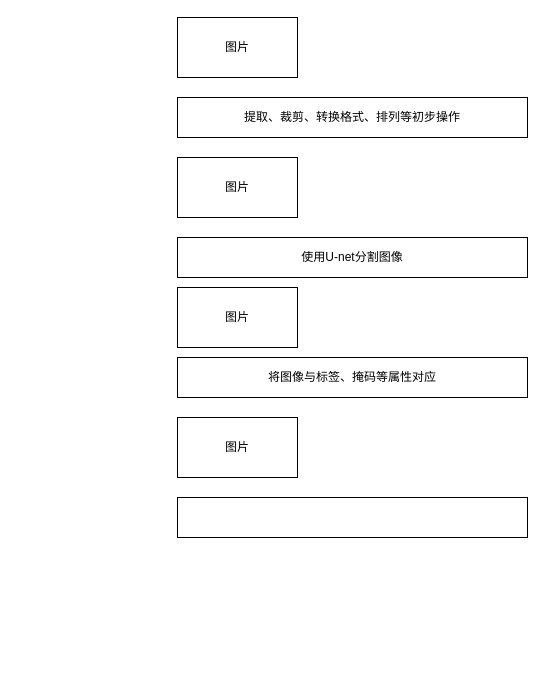
This is bishe-jiagou.drawio from CaptainCCCP/Draw-io-cloud, a draw.io file, before an edit. Source tidied: cells renumbered, new cells numbered last; positions are measured from the earlier drawing's top-left corner, leaving out a move shared by most shapes. Both pictures are drawn from the tidied source at 100%, with x=0, y=0 at pixel (177, 17).
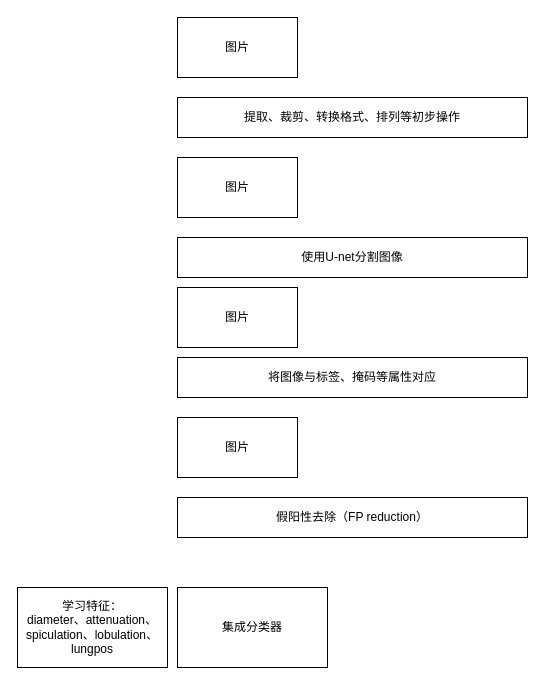
After the change.

Diff of the diagram source:
```diff
@@
 <mxGraphModel>
   <root>
     <mxCell id="0" />
     <mxCell id="1" parent="0" />
     <mxCell id="2" value="图片" style="rounded=0;whiteSpace=wrap;html=1;" parent="1" vertex="1">
       <mxGeometry width="120" height="60" as="geometry" />
     </mxCell>
     <mxCell id="3" value="使用U-net分割图像" style="rounded=0;whiteSpace=wrap;html=1;" parent="1" vertex="1">
       <mxGeometry y="220" width="350" height="40" as="geometry" />
     </mxCell>
     <mxCell id="4" value="将图像与标签、掩码等属性对应" style="whiteSpace=wrap;html=1;" parent="1" vertex="1">
       <mxGeometry y="340" width="350" height="40" as="geometry" />
     </mxCell>
-    <mxCell id="5" style="whiteSpace=wrap;html=1;" parent="1" vertex="1">
+    <mxCell id="5" value="假阳性去除（FP reduction）" style="whiteSpace=wrap;html=1;" parent="1" vertex="1">
       <mxGeometry y="480" width="350" height="40" as="geometry" />
     </mxCell>
     <mxCell id="6" value="提取、裁剪、转换格式、排列等初步操作" style="whiteSpace=wrap;html=1;" parent="1" vertex="1">
       <mxGeometry y="80" width="350" height="40" as="geometry" />
     </mxCell>
     <mxCell id="7" value="图片" style="rounded=0;whiteSpace=wrap;html=1;" parent="1" vertex="1">
       <mxGeometry y="140" width="120" height="60" as="geometry" />
     </mxCell>
     <mxCell id="8" value="图片" style="rounded=0;whiteSpace=wrap;html=1;" parent="1" vertex="1">
       <mxGeometry y="270" width="120" height="60" as="geometry" />
     </mxCell>
     <mxCell id="9" value="图片" style="rounded=0;whiteSpace=wrap;html=1;" parent="1" vertex="1">
       <mxGeometry y="400" width="120" height="60" as="geometry" />
     </mxCell>
+    <mxCell id="10" value="学习特征：&lt;div&gt;diameter、attenuation、spiculation、lobulation、lungpos&lt;/div&gt;" style="whiteSpace=wrap;html=1;" parent="1" vertex="1">
+      <mxGeometry x="-160" y="570" width="150" height="80" as="geometry" />
+    </mxCell>
+    <mxCell id="11" value="集成分类器" style="whiteSpace=wrap;html=1;" parent="1" vertex="1">
+      <mxGeometry y="570" width="150" height="80" as="geometry" />
+    </mxCell>
   </root>
 </mxGraphModel>
```
